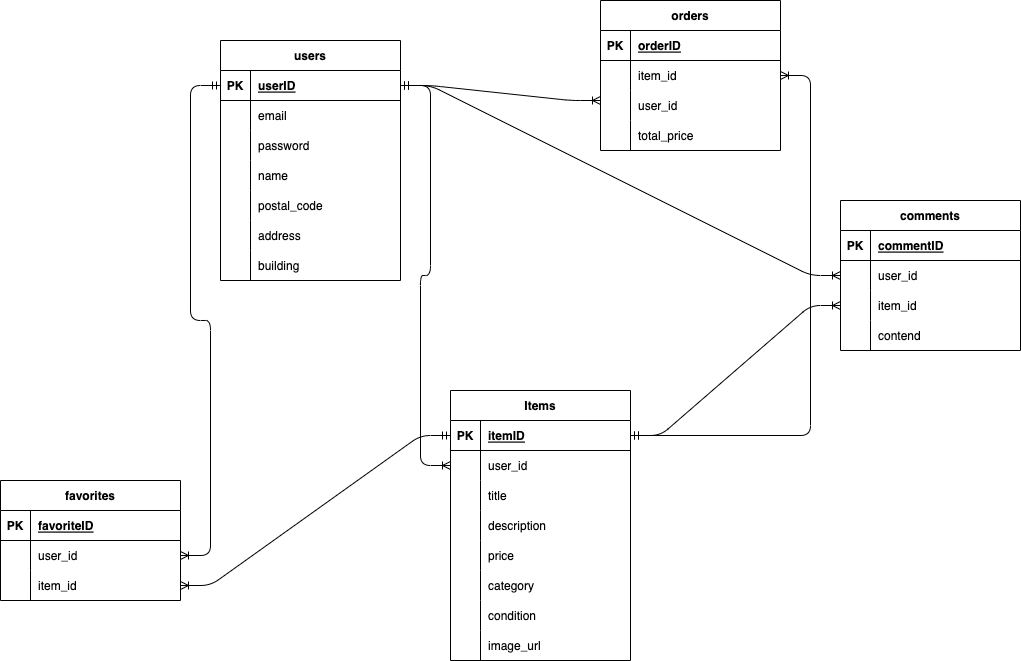
This is src/index.drawio.png from yanagimuneyoshi/furima, a draw.io export, as it was before one commit. Source tidied: cells renumbered, new cells last; positions are measured from the earlier drawing's top-left corner, leaving out a move shared by most shapes.
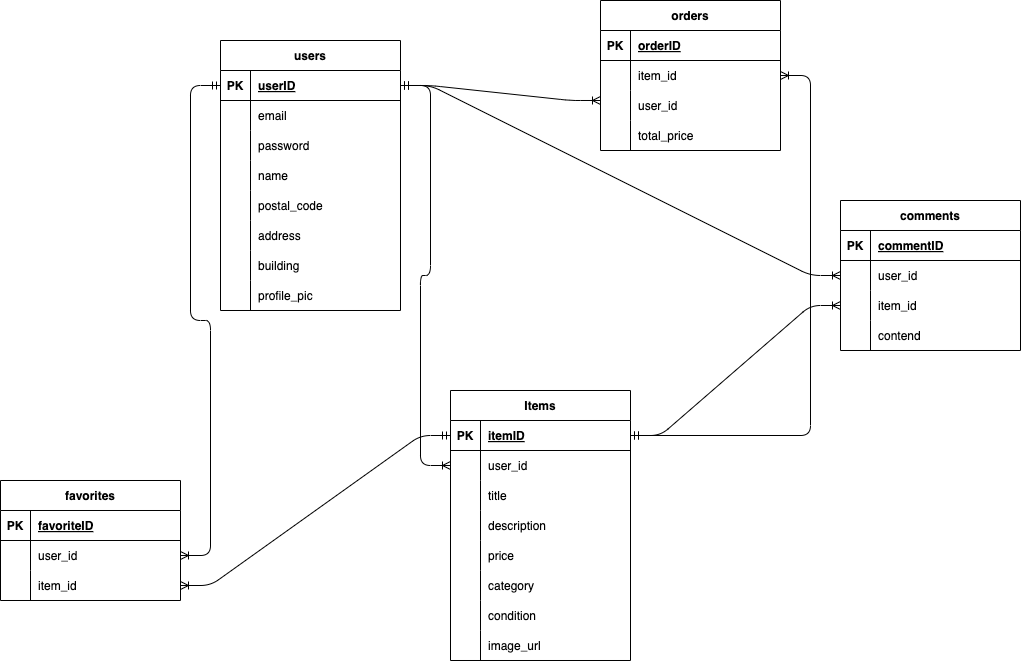
After the commit.

Diff of the diagram source:
```diff
@@ -3,7 +3,7 @@
     <mxCell id="0" />
     <mxCell id="1" parent="0" />
     <mxCell id="2" value="users" style="shape=table;startSize=30;rowLines=0;fontStyle=1;align=center;" parent="1" vertex="1">
-      <mxGeometry x="220" y="40" width="180" height="240" as="geometry" />
+      <mxGeometry x="220" y="40" width="180" height="270" as="geometry" />
     </mxCell>
     <mxCell id="3" style="shape=tableRow;horizontal=0;startSize=0;swimlaneHead=0;swimlaneBody=0;fillColor=none;points=[[0,0.5],[1,0.5]];portConstraint=eastwest;top=0;left=0;right=0;bottom=1;" parent="2" vertex="1">
       <mxGeometry y="30" width="180" height="30" as="geometry" />
@@ -68,6 +68,15 @@
     <mxCell id="23" value="building" style="shape=partialRectangle;fillColor=none;top=0;left=0;bottom=0;right=0;align=left;spacingLeft=6;overflow=hidden;" parent="21" vertex="1">
       <mxGeometry x="30" width="150" height="30" as="geometry" />
     </mxCell>
+    <mxCell id="92" style="shape=tableRow;horizontal=0;startSize=0;swimlaneHead=0;swimlaneBody=0;fillColor=none;top=0;left=0;right=0;bottom=0;" parent="2" vertex="1">
+      <mxGeometry y="240" width="180" height="30" as="geometry" />
+    </mxCell>
+    <mxCell id="93" style="shape=partialRectangle;fillColor=none;top=0;left=0;bottom=0;right=0;overflow=hidden;" parent="92" vertex="1">
+      <mxGeometry width="30" height="30" as="geometry" />
+    </mxCell>
+    <mxCell id="94" value="profile_pic" style="shape=partialRectangle;fillColor=none;top=0;left=0;bottom=0;right=0;align=left;spacingLeft=6;overflow=hidden;" parent="92" vertex="1">
+      <mxGeometry x="30" width="150" height="30" as="geometry" />
+    </mxCell>
     <mxCell id="24" value="orders" style="shape=table;startSize=30;rowLines=0;fontStyle=1;align=center;" parent="1" vertex="1">
       <mxGeometry x="600" width="180" height="150" as="geometry" />
     </mxCell>
```
